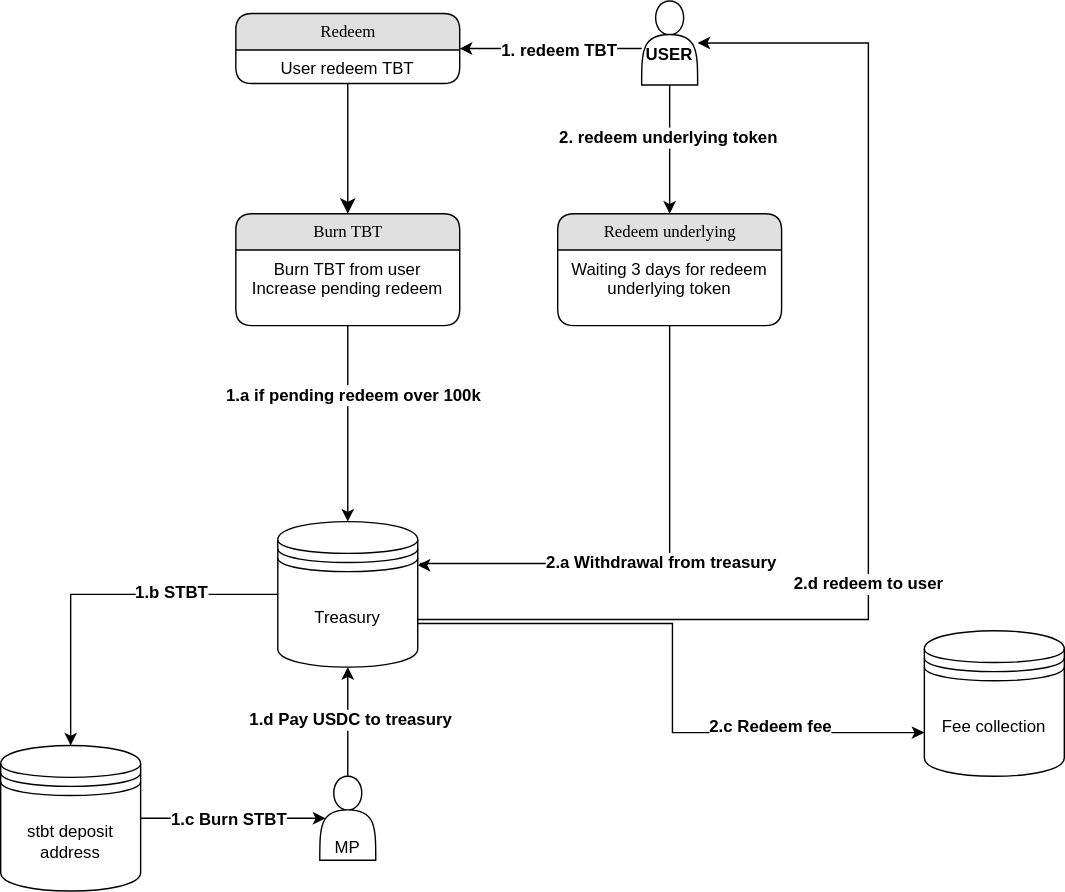
This is docs/RedeemAuto.svg from TProtocol/TBT, a draw.io export, as it was before one commit. Source tidied: cells renumbered, new cells last; positions are measured from the earlier drawing's top-left corner, leaving out a move shared by most shapes. Source of this version:
```xml
<mxGraphModel>
  <root>
    <mxCell id="0" />
    <mxCell id="1" parent="0" />
    <mxCell id="2" value="Redeem" style="swimlane;html=1;fontStyle=0;horizontal=1;startSize=26;fillColor=#e0e0e0;swimlaneFillColor=#ffffff;align=center;rounded=1;shadow=0;comic=0;labelBackgroundColor=none;strokeWidth=1;fontFamily=Verdana;fontSize=12;" parent="1" vertex="1">
      <mxGeometry x="168" y="9" width="160" height="50" as="geometry" />
    </mxCell>
    <mxCell id="3" value="User redeem TBT" style="text;html=1;strokeColor=none;fillColor=none;spacingLeft=4;spacingRight=4;whiteSpace=wrap;overflow=hidden;align=center;" parent="2" vertex="1">
      <mxGeometry y="26" width="160" height="24" as="geometry" />
    </mxCell>
    <mxCell id="4" style="edgeStyle=orthogonalEdgeStyle;rounded=0;jettySize=auto;html=1;fontColor=#000000;" parent="1" edge="1" source="6" target="16">
      <mxGeometry relative="1" as="geometry" />
    </mxCell>
    <mxCell id="5" value="1.a if pending redeem over 100k" style="edgeLabel;html=1;align=center;verticalAlign=middle;fontColor=#000000;fontStyle=1;fontSize=12;" parent="4" vertex="1">
      <mxGeometry x="-0.29" y="3" relative="1" as="geometry" />
    </mxCell>
    <mxCell id="6" value="Burn TBT" style="swimlane;html=1;fontStyle=0;horizontal=1;startSize=26;fillColor=#e0e0e0;swimlaneFillColor=#ffffff;align=center;rounded=1;shadow=0;comic=0;labelBackgroundColor=none;strokeWidth=1;fontFamily=Verdana;fontSize=12;" parent="1" vertex="1">
      <mxGeometry x="168" y="152" width="160" height="80" as="geometry" />
    </mxCell>
    <mxCell id="7" value="Burn TBT from user&lt;br&gt;Increase pending redeem" style="text;html=1;strokeColor=none;fillColor=none;spacingLeft=4;spacingRight=4;whiteSpace=wrap;overflow=hidden;points=[[0,0.5],[1,0.5]];portConstraint=eastwest;align=center;" parent="6" vertex="1">
      <mxGeometry y="26" width="160" height="44" as="geometry" />
    </mxCell>
    <mxCell id="8" style="edgeStyle=orthogonalEdgeStyle;html=1;labelBackgroundColor=none;startFill=0;startSize=8;endFill=1;endSize=8;fontFamily=Verdana;fontSize=12;" parent="1" edge="1" source="2" target="6">
      <mxGeometry relative="1" as="geometry" />
    </mxCell>
    <mxCell id="9" value="Fee collection" style="shape=datastore;whiteSpace=wrap;html=1;" parent="1" vertex="1">
      <mxGeometry x="660" y="450" width="100" height="104" as="geometry" />
    </mxCell>
    <mxCell id="10" style="edgeStyle=orthogonalEdgeStyle;rounded=0;jettySize=auto;html=1;exitX=0;exitY=0.5;exitDx=0;exitDy=0;entryX=0.5;entryY=0;entryDx=0;entryDy=0;fontSize=12;fontColor=#000000;" parent="1" edge="1" source="16" target="24">
      <mxGeometry relative="1" as="geometry" />
    </mxCell>
    <mxCell id="11" value="&lt;b&gt;1.b STBT&lt;/b&gt;" style="edgeLabel;html=1;align=center;verticalAlign=middle;fontSize=12;fontColor=#000000;" parent="10" vertex="1">
      <mxGeometry x="-0.4" y="-2" relative="1" as="geometry" />
    </mxCell>
    <mxCell id="12" style="edgeStyle=orthogonalEdgeStyle;rounded=0;jettySize=auto;html=1;exitX=1;exitY=0.7;exitDx=0;exitDy=0;entryX=0;entryY=0.7;entryDx=0;entryDy=0;fontSize=12;fontColor=#000000;" parent="1" edge="1" source="16" target="9">
      <mxGeometry relative="1" as="geometry">
        <Array as="points">
          <mxPoint x="480" y="445" />
          <mxPoint x="480" y="523" />
        </Array>
      </mxGeometry>
    </mxCell>
    <mxCell id="13" value="&lt;b&gt;2.c Redeem fee&lt;/b&gt;" style="edgeLabel;html=1;align=center;verticalAlign=middle;fontSize=12;fontColor=#000000;" parent="12" vertex="1">
      <mxGeometry x="0.5" y="4" relative="1" as="geometry" />
    </mxCell>
    <mxCell id="14" style="edgeStyle=orthogonalEdgeStyle;rounded=0;jettySize=auto;html=1;fontSize=12;fontColor=#000000;" parent="1" edge="1" source="16" target="21">
      <mxGeometry relative="1" as="geometry">
        <Array as="points">
          <mxPoint x="620" y="442" />
          <mxPoint x="620" y="30" />
        </Array>
      </mxGeometry>
    </mxCell>
    <mxCell id="15" value="&lt;b&gt;2.d redeem to user&lt;/b&gt;" style="edgeLabel;html=1;align=center;verticalAlign=middle;fontSize=12;fontColor=#000000;" parent="14" vertex="1">
      <mxGeometry x="-0.19" y="1" relative="1" as="geometry" />
    </mxCell>
    <mxCell id="16" value="Treasury" style="shape=datastore;whiteSpace=wrap;html=1;" parent="1" vertex="1">
      <mxGeometry x="198" y="372" width="100" height="104" as="geometry" />
    </mxCell>
    <mxCell id="17" style="edgeStyle=orthogonalEdgeStyle;rounded=0;jettySize=auto;html=1;entryX=1;entryY=0.5;entryDx=0;entryDy=0;" parent="1" edge="1" source="21" target="2">
      <mxGeometry relative="1" as="geometry">
        <Array as="points">
          <mxPoint x="438" y="34" />
          <mxPoint x="438" y="34" />
        </Array>
      </mxGeometry>
    </mxCell>
    <mxCell id="18" value="1. redeem TBT" style="edgeLabel;html=1;align=center;verticalAlign=middle;fontStyle=1;fontSize=12;" parent="17" vertex="1">
      <mxGeometry x="0.05" y="1" relative="1" as="geometry">
        <mxPoint x="8" as="offset" />
      </mxGeometry>
    </mxCell>
    <mxCell id="19" style="edgeStyle=orthogonalEdgeStyle;rounded=0;jettySize=auto;html=1;entryX=0.5;entryY=0;entryDx=0;entryDy=0;fontSize=12;fontColor=#000000;" parent="1" edge="1" source="21" target="29">
      <mxGeometry relative="1" as="geometry" />
    </mxCell>
    <mxCell id="20" value="&lt;b&gt;2. redeem underlying token&lt;/b&gt;" style="edgeLabel;html=1;align=center;verticalAlign=middle;fontSize=12;fontColor=#000000;" parent="19" vertex="1">
      <mxGeometry x="-0.2" y="-2" relative="1" as="geometry" />
    </mxCell>
    <mxCell id="21" value="&lt;p style=&quot;line-height: 120%;&quot;&gt;&lt;b&gt;USER&lt;/b&gt;&lt;/p&gt;" style="shape=actor;whiteSpace=wrap;html=1;horizontal=1;verticalAlign=bottom;align=center;" parent="1" vertex="1">
      <mxGeometry x="458" width="40" height="60" as="geometry" />
    </mxCell>
    <mxCell id="22" style="edgeStyle=orthogonalEdgeStyle;rounded=0;jettySize=auto;html=1;exitX=1;exitY=0.5;exitDx=0;exitDy=0;entryX=0.1;entryY=0.5;entryDx=0;entryDy=0;entryPerimeter=0;" parent="1" edge="1" source="24" target="27">
      <mxGeometry relative="1" as="geometry" />
    </mxCell>
    <mxCell id="23" value="1.c Burn STBT" style="edgeLabel;html=1;align=center;verticalAlign=middle;fontStyle=1;fontSize=12;" parent="22" vertex="1">
      <mxGeometry x="-0.06" relative="1" as="geometry" />
    </mxCell>
    <mxCell id="24" value="stbt deposit address" style="shape=datastore;whiteSpace=wrap;html=1;" parent="1" vertex="1">
      <mxGeometry y="532" width="100" height="104" as="geometry" />
    </mxCell>
    <mxCell id="25" style="edgeStyle=orthogonalEdgeStyle;rounded=0;jettySize=auto;html=1;exitX=0.5;exitY=0;exitDx=0;exitDy=0;entryX=0.5;entryY=1;entryDx=0;entryDy=0;fontSize=12;fontColor=#000000;" parent="1" edge="1" source="27" target="16">
      <mxGeometry relative="1" as="geometry" />
    </mxCell>
    <mxCell id="26" value="&lt;b&gt;1.d Pay USDC to treasury&lt;/b&gt;" style="edgeLabel;html=1;align=center;verticalAlign=middle;fontSize=12;fontColor=#000000;" parent="25" vertex="1">
      <mxGeometry x="0.05" y="-1" relative="1" as="geometry" />
    </mxCell>
    <mxCell id="27" value="MP" style="shape=actor;whiteSpace=wrap;html=1;align=center;verticalAlign=bottom;" parent="1" vertex="1">
      <mxGeometry x="228" y="554" width="40" height="60" as="geometry" />
    </mxCell>
    <mxCell id="28" value="&lt;b&gt;2.a Withdrawal from treasury&lt;/b&gt;" style="edgeStyle=orthogonalEdgeStyle;rounded=0;jettySize=auto;html=1;exitX=0.5;exitY=1;exitDx=0;exitDy=0;entryX=1;entryY=0.3;entryDx=0;entryDy=0;fontSize=12;fontColor=#000000;" parent="1" edge="1" source="29" target="16">
      <mxGeometry relative="1" as="geometry">
        <Array as="points">
          <mxPoint x="478" y="402" />
          <mxPoint x="300" y="402" />
          <mxPoint x="300" y="403" />
        </Array>
      </mxGeometry>
    </mxCell>
    <mxCell id="29" value="Redeem underlying" style="swimlane;html=1;fontStyle=0;horizontal=1;startSize=26;fillColor=#e0e0e0;swimlaneFillColor=#ffffff;align=center;rounded=1;shadow=0;comic=0;labelBackgroundColor=none;strokeWidth=1;fontFamily=Verdana;fontSize=12;" parent="1" vertex="1">
      <mxGeometry x="398" y="152" width="160" height="80" as="geometry" />
    </mxCell>
    <mxCell id="30" value="Waiting 3 days for redeem underlying token" style="text;html=1;strokeColor=none;fillColor=none;spacingLeft=4;spacingRight=4;whiteSpace=wrap;overflow=hidden;align=center;" parent="29" vertex="1">
      <mxGeometry y="26" width="160" height="44" as="geometry" />
    </mxCell>
  </root>
</mxGraphModel>
```
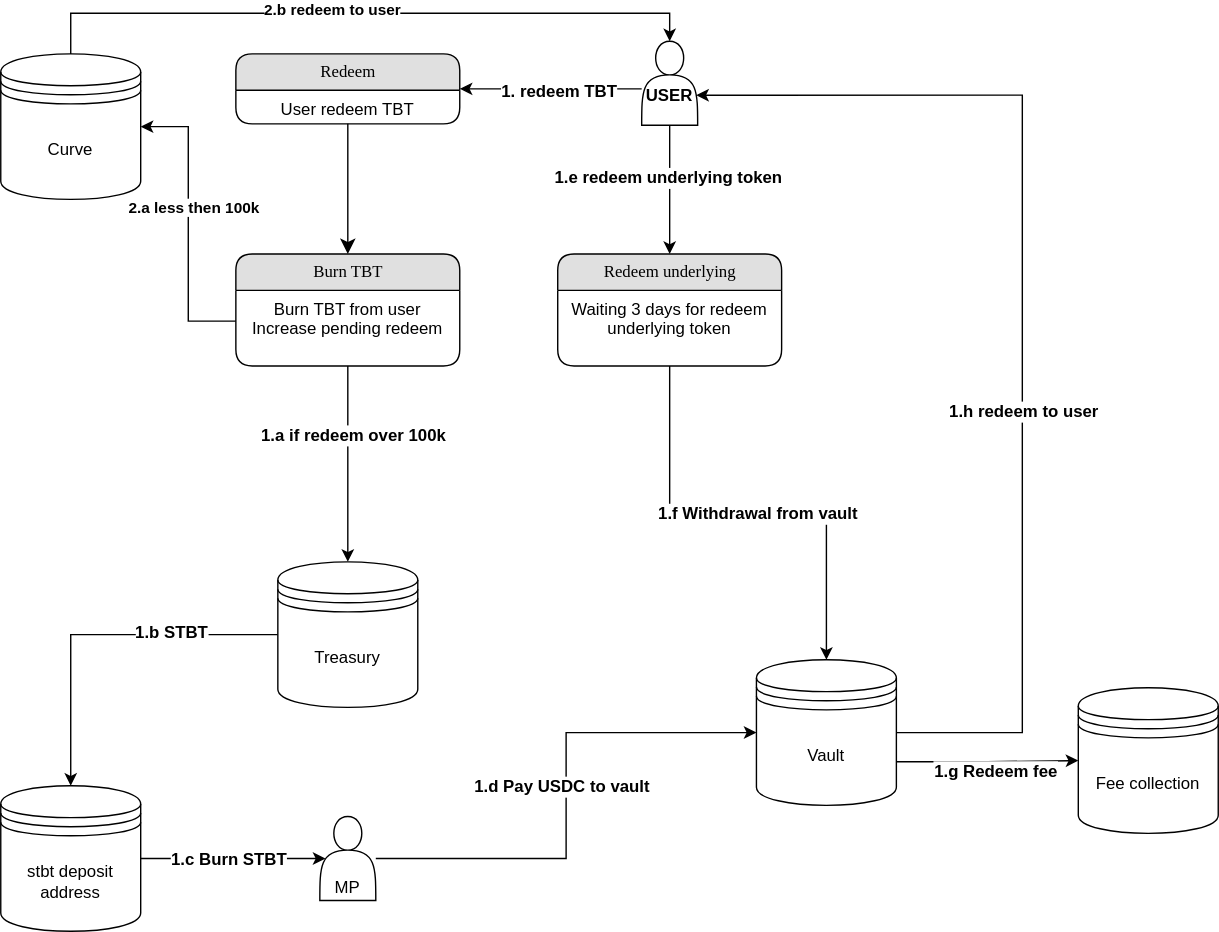
The same file after the commit.

Change to the diagram source:
```diff
@@ -11,7 +11,7 @@
     <mxCell id="4" style="edgeStyle=orthogonalEdgeStyle;rounded=0;jettySize=auto;html=1;fontColor=#000000;" parent="1" edge="1" source="6" target="16">
       <mxGeometry relative="1" as="geometry" />
     </mxCell>
-    <mxCell id="5" value="1.a if pending redeem over 100k" style="edgeLabel;html=1;align=center;verticalAlign=middle;fontColor=#000000;fontStyle=1;fontSize=12;" parent="4" vertex="1">
+    <mxCell id="5" value="1.a if redeem over 100k" style="edgeLabel;html=1;align=center;verticalAlign=middle;fontColor=#000000;fontStyle=1;fontSize=12;" parent="4" vertex="1">
       <mxGeometry x="-0.29" y="3" relative="1" as="geometry" />
     </mxCell>
     <mxCell id="6" value="Burn TBT" style="swimlane;html=1;fontStyle=0;horizontal=1;startSize=26;fillColor=#e0e0e0;swimlaneFillColor=#ffffff;align=center;rounded=1;shadow=0;comic=0;labelBackgroundColor=none;strokeWidth=1;fontFamily=Verdana;fontSize=12;" parent="1" vertex="1">
@@ -24,7 +24,7 @@
       <mxGeometry relative="1" as="geometry" />
     </mxCell>
     <mxCell id="9" value="Fee collection" style="shape=datastore;whiteSpace=wrap;html=1;" parent="1" vertex="1">
-      <mxGeometry x="660" y="450" width="100" height="104" as="geometry" />
+      <mxGeometry x="770" y="462" width="100" height="104" as="geometry" />
     </mxCell>
     <mxCell id="10" style="edgeStyle=orthogonalEdgeStyle;rounded=0;jettySize=auto;html=1;exitX=0;exitY=0.5;exitDx=0;exitDy=0;entryX=0.5;entryY=0;entryDx=0;entryDy=0;fontSize=12;fontColor=#000000;" parent="1" edge="1" source="16" target="24">
       <mxGeometry relative="1" as="geometry" />
@@ -32,28 +32,6 @@
     <mxCell id="11" value="&lt;b&gt;1.b STBT&lt;/b&gt;" style="edgeLabel;html=1;align=center;verticalAlign=middle;fontSize=12;fontColor=#000000;" parent="10" vertex="1">
       <mxGeometry x="-0.4" y="-2" relative="1" as="geometry" />
     </mxCell>
-    <mxCell id="12" style="edgeStyle=orthogonalEdgeStyle;rounded=0;jettySize=auto;html=1;exitX=1;exitY=0.7;exitDx=0;exitDy=0;entryX=0;entryY=0.7;entryDx=0;entryDy=0;fontSize=12;fontColor=#000000;" parent="1" edge="1" source="16" target="9">
-      <mxGeometry relative="1" as="geometry">
-        <Array as="points">
-          <mxPoint x="480" y="445" />
-          <mxPoint x="480" y="523" />
-        </Array>
-      </mxGeometry>
-    </mxCell>
-    <mxCell id="13" value="&lt;b&gt;2.c Redeem fee&lt;/b&gt;" style="edgeLabel;html=1;align=center;verticalAlign=middle;fontSize=12;fontColor=#000000;" parent="12" vertex="1">
-      <mxGeometry x="0.5" y="4" relative="1" as="geometry" />
-    </mxCell>
-    <mxCell id="14" style="edgeStyle=orthogonalEdgeStyle;rounded=0;jettySize=auto;html=1;fontSize=12;fontColor=#000000;" parent="1" edge="1" source="16" target="21">
-      <mxGeometry relative="1" as="geometry">
-        <Array as="points">
-          <mxPoint x="620" y="442" />
-          <mxPoint x="620" y="30" />
-        </Array>
-      </mxGeometry>
-    </mxCell>
-    <mxCell id="15" value="&lt;b&gt;2.d redeem to user&lt;/b&gt;" style="edgeLabel;html=1;align=center;verticalAlign=middle;fontSize=12;fontColor=#000000;" parent="14" vertex="1">
-      <mxGeometry x="-0.19" y="1" relative="1" as="geometry" />
-    </mxCell>
     <mxCell id="16" value="Treasury" style="shape=datastore;whiteSpace=wrap;html=1;" parent="1" vertex="1">
       <mxGeometry x="198" y="372" width="100" height="104" as="geometry" />
     </mxCell>
@@ -73,7 +51,7 @@
     <mxCell id="19" style="edgeStyle=orthogonalEdgeStyle;rounded=0;jettySize=auto;html=1;entryX=0.5;entryY=0;entryDx=0;entryDy=0;fontSize=12;fontColor=#000000;" parent="1" edge="1" source="21" target="29">
       <mxGeometry relative="1" as="geometry" />
     </mxCell>
-    <mxCell id="20" value="&lt;b&gt;2. redeem underlying token&lt;/b&gt;" style="edgeLabel;html=1;align=center;verticalAlign=middle;fontSize=12;fontColor=#000000;" parent="19" vertex="1">
+    <mxCell id="20" value="&lt;b&gt;1.e redeem underlying token&lt;/b&gt;" style="edgeLabel;html=1;align=center;verticalAlign=middle;fontSize=12;fontColor=#000000;" parent="19" vertex="1">
       <mxGeometry x="-0.2" y="-2" relative="1" as="geometry" />
     </mxCell>
     <mxCell id="21" value="&lt;p style=&quot;line-height: 120%;&quot;&gt;&lt;b&gt;USER&lt;/b&gt;&lt;/p&gt;" style="shape=actor;whiteSpace=wrap;html=1;horizontal=1;verticalAlign=bottom;align=center;" parent="1" vertex="1">
@@ -88,29 +66,68 @@
     <mxCell id="24" value="stbt deposit address" style="shape=datastore;whiteSpace=wrap;html=1;" parent="1" vertex="1">
       <mxGeometry y="532" width="100" height="104" as="geometry" />
     </mxCell>
-    <mxCell id="25" style="edgeStyle=orthogonalEdgeStyle;rounded=0;jettySize=auto;html=1;exitX=0.5;exitY=0;exitDx=0;exitDy=0;entryX=0.5;entryY=1;entryDx=0;entryDy=0;fontSize=12;fontColor=#000000;" parent="1" edge="1" source="27" target="16">
-      <mxGeometry relative="1" as="geometry" />
-    </mxCell>
-    <mxCell id="26" value="&lt;b&gt;1.d Pay USDC to treasury&lt;/b&gt;" style="edgeLabel;html=1;align=center;verticalAlign=middle;fontSize=12;fontColor=#000000;" parent="25" vertex="1">
-      <mxGeometry x="0.05" y="-1" relative="1" as="geometry" />
-    </mxCell>
+    <mxCell id="31" style="edgeStyle=orthogonalEdgeStyle;rounded=0;jettySize=auto;html=1;entryX=0;entryY=0.5;entryDx=0;entryDy=0;" parent="1" edge="1" source="27" target="39">
+      <mxGeometry relative="1" as="geometry" />
+    </mxCell>
+    <mxCell id="32" value="&lt;b style=&quot;border-color: var(--border-color); font-size: 12px;&quot;&gt;1.d Pay USDC to vault&lt;/b&gt;" style="edgeLabel;html=1;align=center;verticalAlign=middle;" parent="31" vertex="1">
+      <mxGeometry x="0.3" y="-2" relative="1" as="geometry">
+        <mxPoint x="-14" y="36" as="offset" />
+      </mxGeometry>
+    </mxCell>
     <mxCell id="27" value="MP" style="shape=actor;whiteSpace=wrap;html=1;align=center;verticalAlign=bottom;" parent="1" vertex="1">
       <mxGeometry x="228" y="554" width="40" height="60" as="geometry" />
     </mxCell>
-    <mxCell id="28" value="&lt;b&gt;2.a Withdrawal from treasury&lt;/b&gt;" style="edgeStyle=orthogonalEdgeStyle;rounded=0;jettySize=auto;html=1;exitX=0.5;exitY=1;exitDx=0;exitDy=0;entryX=1;entryY=0.3;entryDx=0;entryDy=0;fontSize=12;fontColor=#000000;" parent="1" edge="1" source="29" target="16">
-      <mxGeometry relative="1" as="geometry">
-        <Array as="points">
-          <mxPoint x="478" y="402" />
-          <mxPoint x="300" y="402" />
-          <mxPoint x="300" y="403" />
-        </Array>
-      </mxGeometry>
-    </mxCell>
+    <mxCell id="33" style="edgeStyle=orthogonalEdgeStyle;rounded=0;jettySize=auto;html=1;exitX=0.5;exitY=1;exitDx=0;exitDy=0;entryX=0.5;entryY=0;entryDx=0;entryDy=0;" parent="1" edge="1" source="29" target="39">
+      <mxGeometry relative="1" as="geometry" />
+    </mxCell>
+    <mxCell id="34" value="&lt;b style=&quot;border-color: var(--border-color); font-size: 12px;&quot;&gt;1.f Withdrawal from vault&lt;/b&gt;" style="edgeLabel;html=1;align=center;verticalAlign=middle;" parent="33" vertex="1">
+      <mxGeometry x="-0.19" y="1" relative="1" as="geometry">
+        <mxPoint x="37" y="1" as="offset" />
+      </mxGeometry>
+    </mxCell>
     <mxCell id="29" value="Redeem underlying" style="swimlane;html=1;fontStyle=0;horizontal=1;startSize=26;fillColor=#e0e0e0;swimlaneFillColor=#ffffff;align=center;rounded=1;shadow=0;comic=0;labelBackgroundColor=none;strokeWidth=1;fontFamily=Verdana;fontSize=12;" parent="1" vertex="1">
       <mxGeometry x="398" y="152" width="160" height="80" as="geometry" />
     </mxCell>
     <mxCell id="30" value="Waiting 3 days for redeem underlying token" style="text;html=1;strokeColor=none;fillColor=none;spacingLeft=4;spacingRight=4;whiteSpace=wrap;overflow=hidden;align=center;" parent="29" vertex="1">
       <mxGeometry y="26" width="160" height="44" as="geometry" />
     </mxCell>
+    <mxCell id="35" style="edgeStyle=orthogonalEdgeStyle;rounded=0;jettySize=auto;html=1;entryX=0.975;entryY=0.642;entryDx=0;entryDy=0;entryPerimeter=0;" parent="1" edge="1" source="39" target="21">
+      <mxGeometry relative="1" as="geometry">
+        <Array as="points">
+          <mxPoint x="730" y="39" />
+        </Array>
+      </mxGeometry>
+    </mxCell>
+    <mxCell id="36" value="&lt;b style=&quot;border-color: var(--border-color); font-size: 12px;&quot;&gt;1.h redeem to user&lt;/b&gt;" style="edgeLabel;html=1;align=center;verticalAlign=middle;" parent="35" vertex="1">
+      <mxGeometry x="-0.2" y="-4" relative="1" as="geometry">
+        <mxPoint x="-4" y="-8" as="offset" />
+      </mxGeometry>
+    </mxCell>
+    <mxCell id="37" style="edgeStyle=orthogonalEdgeStyle;rounded=0;jettySize=auto;html=1;exitX=1;exitY=0.7;exitDx=0;exitDy=0;entryX=0;entryY=0.5;entryDx=0;entryDy=0;" parent="1" edge="1" source="39" target="9">
+      <mxGeometry relative="1" as="geometry" />
+    </mxCell>
+    <mxCell id="38" value="&lt;b style=&quot;border-color: var(--border-color); font-size: 12px;&quot;&gt;1.g Redeem fee&lt;/b&gt;" style="edgeLabel;html=1;align=center;verticalAlign=middle;" parent="37" vertex="1">
+      <mxGeometry x="-0.45" y="1" relative="1" as="geometry">
+        <mxPoint x="34" y="8" as="offset" />
+      </mxGeometry>
+    </mxCell>
+    <mxCell id="39" value="Vault" style="shape=datastore;whiteSpace=wrap;html=1;" parent="1" vertex="1">
+      <mxGeometry x="540" y="442" width="100" height="104" as="geometry" />
+    </mxCell>
+    <mxCell id="40" style="edgeStyle=orthogonalEdgeStyle;rounded=0;jettySize=auto;html=1;exitX=0.5;exitY=0;exitDx=0;exitDy=0;entryX=0.5;entryY=0;entryDx=0;entryDy=0;" parent="1" edge="1" source="42" target="21">
+      <mxGeometry relative="1" as="geometry" />
+    </mxCell>
+    <mxCell id="41" value="&lt;b&gt;2.b redeem to user&lt;/b&gt;" style="edgeLabel;html=1;align=center;verticalAlign=middle;" parent="40" vertex="1">
+      <mxGeometry x="-0.1" y="3" relative="1" as="geometry" />
+    </mxCell>
+    <mxCell id="42" value="Curve" style="shape=datastore;whiteSpace=wrap;html=1;" parent="1" vertex="1">
+      <mxGeometry y="9" width="100" height="104" as="geometry" />
+    </mxCell>
+    <mxCell id="43" style="edgeStyle=orthogonalEdgeStyle;rounded=0;jettySize=auto;html=1;entryX=1;entryY=0.5;entryDx=0;entryDy=0;" parent="1" edge="1" source="7" target="42">
+      <mxGeometry relative="1" as="geometry" />
+    </mxCell>
+    <mxCell id="44" value="&lt;b&gt;2.a less then 100k&lt;/b&gt;" style="edgeLabel;html=1;align=center;verticalAlign=middle;" parent="43" vertex="1">
+      <mxGeometry x="0.12" y="-3" relative="1" as="geometry" />
+    </mxCell>
   </root>
 </mxGraphModel>
```
